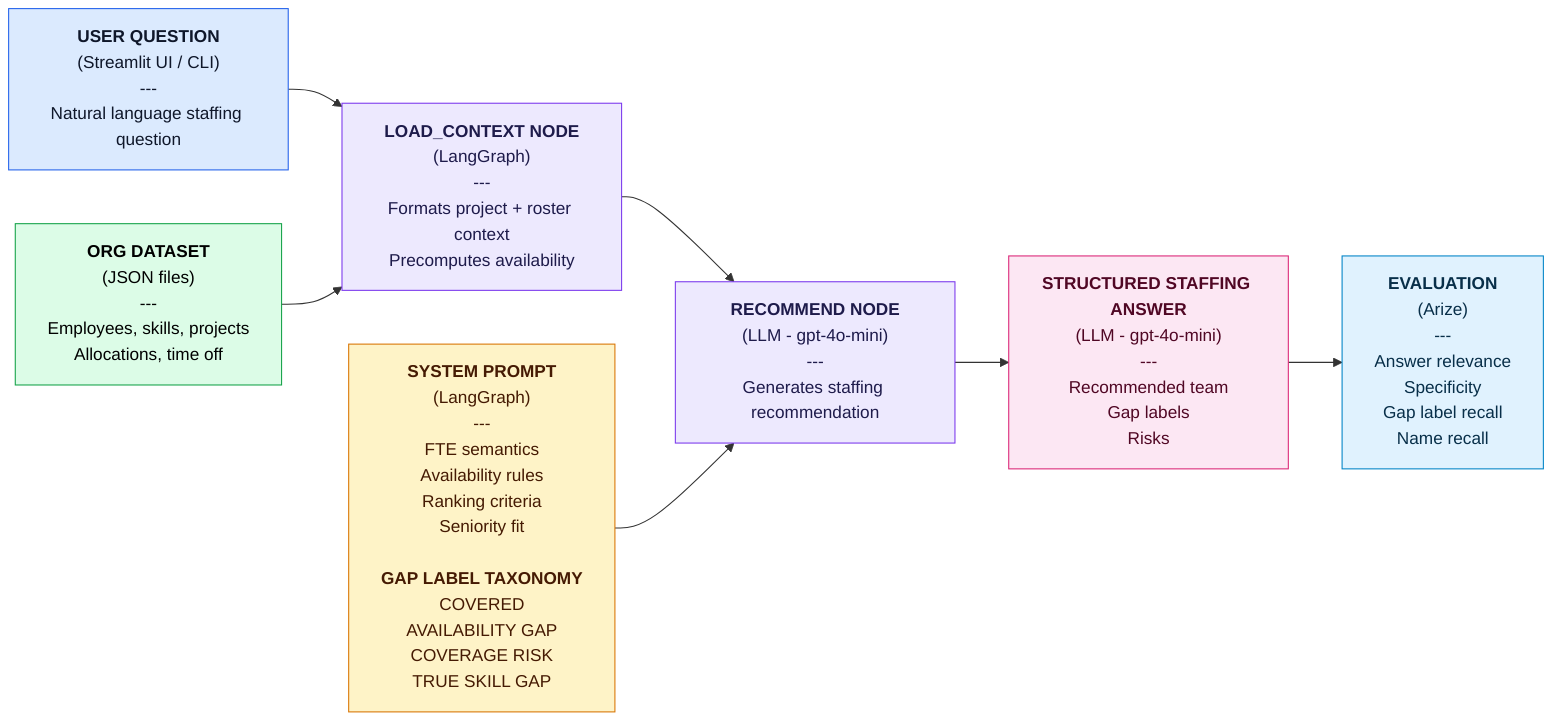
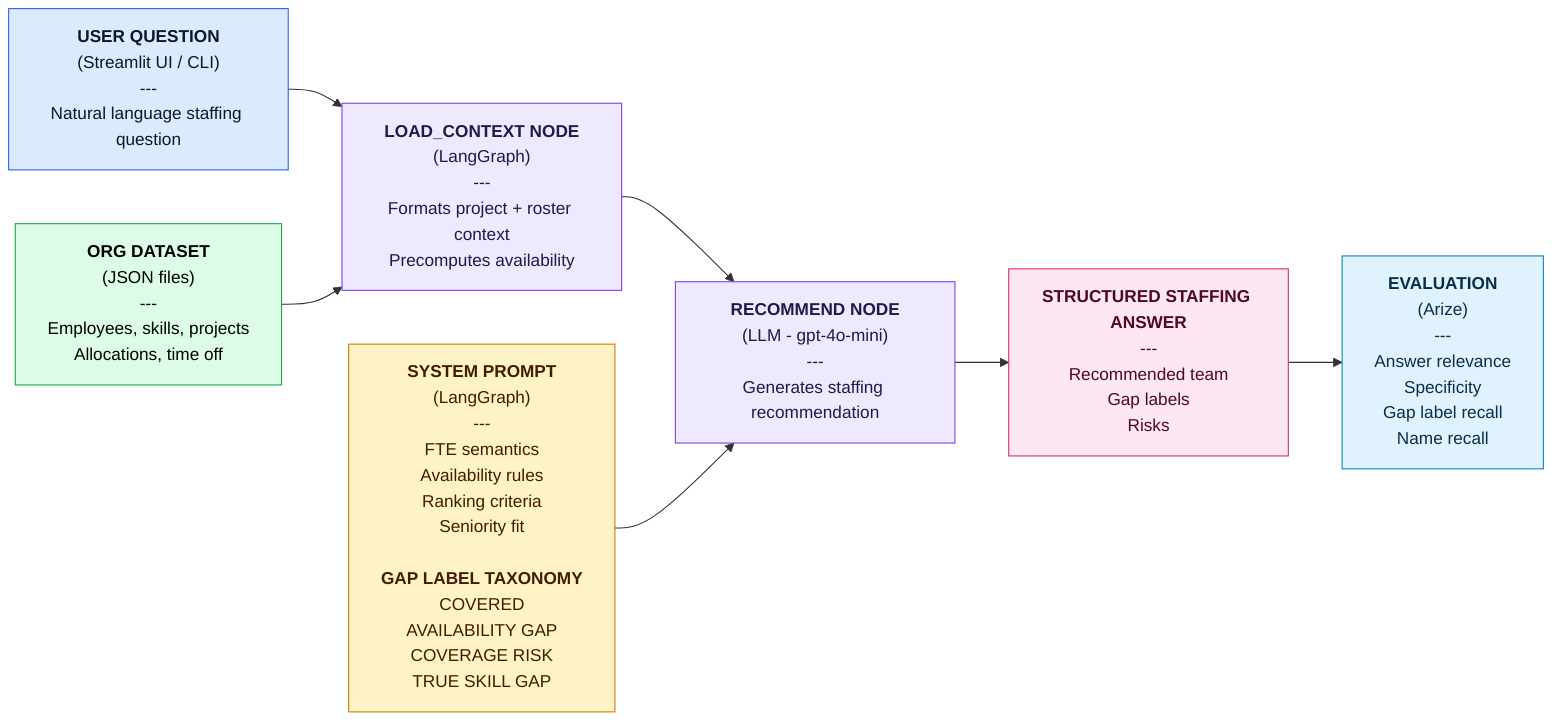
%%{init: { "htmlLabels": true, "securityLevel": "loose" } }%%
flowchart LR
    UserQ["<b>USER QUESTION</b>
(Streamlit UI / CLI)
---
Natural language staffing question"] --> LoadCtx["<b>LOAD_CONTEXT NODE</b>
(LangGraph)
---
Formats project + roster context
Precomputes availability"]
    Org["<b>ORG DATASET</b>
(JSON files)
---
Employees, skills, projects
Allocations, time off"] --> LoadCtx
    LoadCtx --> Recommend["<b>RECOMMEND NODE</b>
(LLM - gpt-4o-mini)
---
Generates staffing recommendation"]
    PromptContract["<b>SYSTEM PROMPT</b>
(LangGraph)
---
FTE semantics
Availability rules
Ranking criteria
Seniority fit

<b>GAP LABEL TAXONOMY</b>
COVERED
AVAILABILITY GAP
COVERAGE RISK
TRUE SKILL GAP"] --> Recommend
    Recommend --> StaffAnswer["<b>STRUCTURED STAFFING ANSWER</b>
- (LLM - gpt-4o-mini)
---
Recommended team
Gap labels
Risks"]
    StaffAnswer --> Evaluation["<b>EVALUATION</b>
(Arize)
---
Answer relevance
Specificity
Gap label recall
Name recall"]

     UserQ:::userStyle
     LoadCtx:::langGraphStyle
     Org:::OrgStyle
     Recommend:::langGraphStyle
     PromptContract:::promptStyle
     StaffAnswer:::answerStyle
     Evaluation:::evalStyle
    classDef userStyle fill:#DBEAFE,stroke:#2563EB,color:#0F172A
    classDef langGraphStyle fill:#EDE9FE,stroke:#7C3AED,color:#1E1B4B
    classDef OrgStyle fill:#DCFCE7,stroke:#16A34A,color:#052E16
    classDef promptStyle fill:#FEF3C7,stroke:#D97706,color:#451A03
    classDef answerStyle fill:#FCE7F3,stroke:#DB2777,color:#500724
    classDef evalStyle fill:#E0F2FE,stroke:#0284C7,color:#082F49
-     style Org color:#000000
+     style Org color:#000000